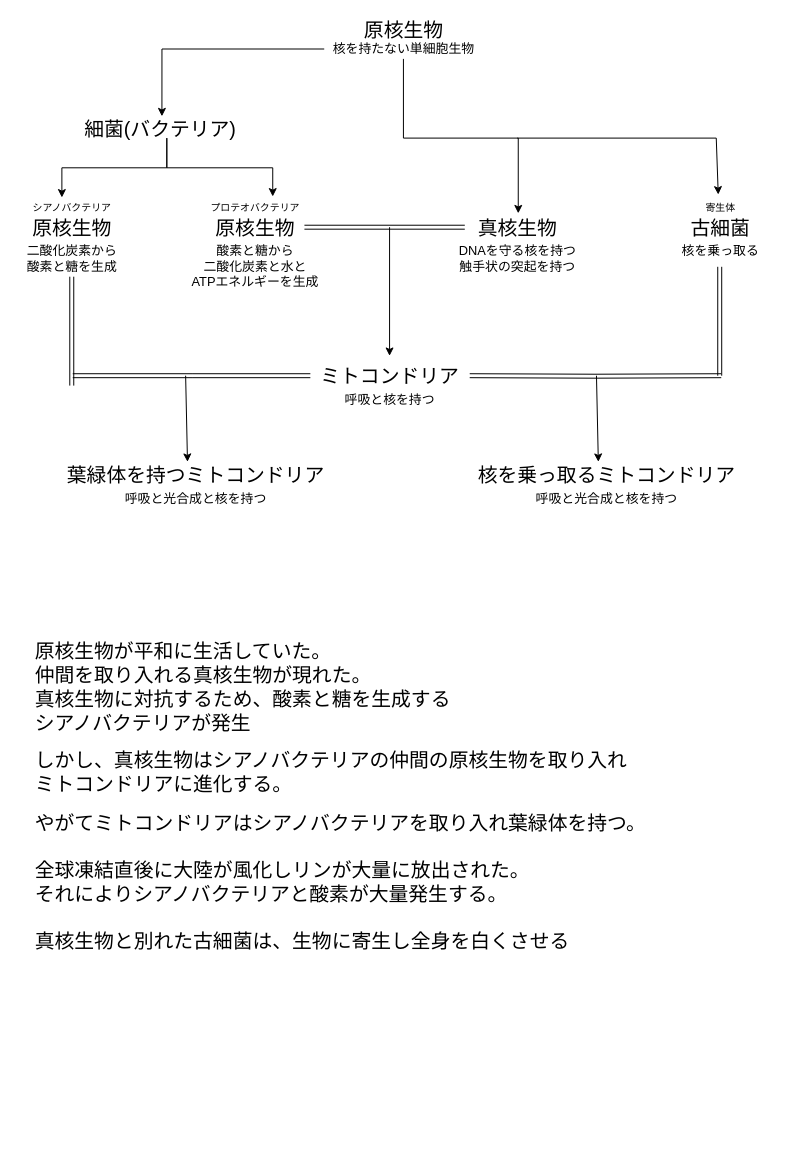
Earlier version of the draw.io diagram page "誕生" (1 of 3) of eater.drawio (idaks1325/eater_design). Source tidied: cells renumbered, new cells numbered last; positions are measured from the earlier drawing's top-left corner, leaving out a move shared by most shapes. Both pictures are drawn from the tidied source at 99%, with x=0, y=0 at pixel (17, 19).
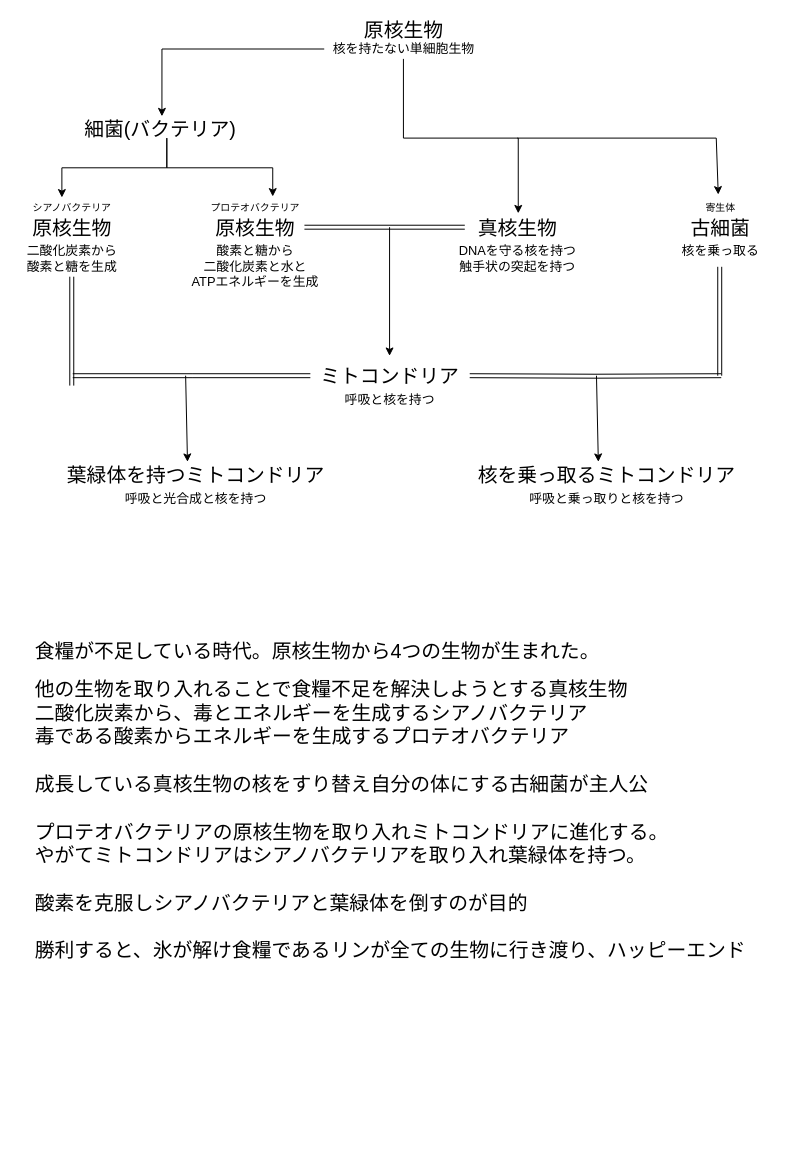
The same diagram, later.

Change to the diagram source:
```diff
@@
-    <mxCell id="19" value="&lt;span style=&quot;text-align: left ; text-indent: 0px ; display: inline ; float: none&quot;&gt;&lt;font face=&quot;arial&quot;&gt;&lt;span style=&quot;font-size: 20px&quot;&gt;原核生物が平和に生活していた。&lt;/span&gt;&lt;/font&gt;&lt;br&gt;&lt;font face=&quot;arial&quot;&gt;&lt;span style=&quot;font-size: 20px&quot;&gt;仲間を取り入れる真核生物が現れた。&lt;/span&gt;&lt;/font&gt;&lt;br&gt;&lt;font face=&quot;arial&quot;&gt;&lt;span style=&quot;font-size: 20px&quot;&gt;真核生物に対抗するため、酸素と糖を生成する&lt;/span&gt;&lt;/font&gt;&lt;br&gt;&lt;font face=&quot;arial&quot;&gt;&lt;span style=&quot;font-size: 20px&quot;&gt;シアノバクテリアが発生&lt;/span&gt;&lt;/font&gt;&lt;br&gt;&lt;br&gt;&lt;font face=&quot;arial&quot;&gt;&lt;span style=&quot;font-size: 20px&quot;&gt;しかし、真核生物はシアノバクテリアの仲間の原核生物を取り入れ&lt;br&gt;ミトコンドリアに進化する。&lt;/span&gt;&lt;/font&gt;&lt;br&gt;&lt;br&gt;&lt;font face=&quot;arial&quot;&gt;&lt;span style=&quot;font-size: 20px&quot;&gt;やがてミトコンドリアはシアノバクテリアを取り入れ葉緑体を持つ。&lt;br&gt;&lt;br&gt;&lt;/span&gt;&lt;/font&gt;&lt;font face=&quot;arial&quot;&gt;&lt;span style=&quot;font-size: 20px&quot;&gt;全球凍結直後に大陸が風化しリンが大量に放出された。&lt;br&gt;&lt;/span&gt;&lt;span style=&quot;font-size: 20px&quot;&gt;それによりシアノバクテリアと酸素が大量発生する。&lt;br&gt;&lt;br&gt;&lt;/span&gt;&lt;/font&gt;&lt;span style=&quot;font-family: &amp;#34;arial&amp;#34; ; font-size: 20px&quot;&gt;真核生物と別れた&lt;/span&gt;&lt;span style=&quot;font-family: &amp;#34;arial&amp;#34; ; font-size: 20px&quot;&gt;古細菌は、生物に&lt;/span&gt;&lt;span style=&quot;font-family: &amp;#34;arial&amp;#34; ; font-size: 20px&quot;&gt;寄生し全身を白くさせる&lt;/span&gt;&lt;br style=&quot;font-family: &amp;#34;arial&amp;#34; ; font-size: 20px&quot;&gt;&lt;br&gt;&lt;/span&gt;" style="text;whiteSpace=wrap;html=1;" parent="1" vertex="1">
-      <mxGeometry x="16" y="620" width="770" height="410" as="geometry" />
+    <mxCell id="19" value="&lt;span style=&quot;text-align: left ; text-indent: 0px ; display: inline ; float: none&quot;&gt;&lt;font face=&quot;arial&quot;&gt;&lt;span style=&quot;font-size: 20px&quot;&gt;食糧が不足している時代。原核生物から4つの生物が生まれた。&lt;br&gt;&lt;/span&gt;&lt;/font&gt;&lt;br&gt;&lt;font face=&quot;arial&quot;&gt;&lt;span style=&quot;font-size: 20px&quot;&gt;他の生物を取り入れることで食糧不足を解決しようとする真核生物&lt;br&gt;&lt;/span&gt;&lt;/font&gt;&lt;font face=&quot;arial&quot;&gt;&lt;span style=&quot;font-size: 20px&quot;&gt;二酸化炭素から、毒とエネルギーを生成する&lt;/span&gt;&lt;/font&gt;&lt;font face=&quot;arial&quot;&gt;&lt;span style=&quot;font-size: 20px&quot;&gt;シアノバクテリア&lt;br&gt;&lt;/span&gt;&lt;/font&gt;&lt;font face=&quot;arial&quot;&gt;&lt;span style=&quot;font-size: 20px&quot;&gt;毒である酸素からエネルギーを生成するプロテオバクテリア&lt;br&gt;&lt;br&gt;成長している真核生物の核をすり替え自分の体にする古細菌が主人公&lt;br&gt;&lt;br&gt;プロテオバクテリアの原核生物を取り入れミトコンドリアに進化する。&lt;br&gt;&lt;/span&gt;&lt;/font&gt;&lt;font face=&quot;arial&quot;&gt;&lt;span style=&quot;font-size: 20px&quot;&gt;やがてミトコンドリアはシアノバクテリアを取り入れ葉緑体を持つ。&lt;/span&gt;&lt;/font&gt;&lt;span style=&quot;font-family: &amp;#34;arial&amp;#34; ; font-size: 20px&quot;&gt;&lt;br&gt;&lt;/span&gt;&lt;span style=&quot;font-family: &amp;#34;arial&amp;#34; ; font-size: 20px&quot;&gt;&lt;br&gt;&lt;/span&gt;&lt;span style=&quot;font-family: &amp;#34;arial&amp;#34; ; font-size: 20px&quot;&gt;酸素を克服しシアノバクテリアと葉緑体を倒すのが目的&lt;br&gt;&lt;br&gt;&lt;/span&gt;&lt;span style=&quot;font-family: &amp;#34;arial&amp;#34; ; font-size: 20px&quot;&gt;勝利すると、氷が解け食糧であるリンが全ての生物に行き渡り、&lt;/span&gt;&lt;font face=&quot;arial&quot;&gt;&lt;span style=&quot;font-size: 20px&quot;&gt;ハッピーエンド&lt;/span&gt;&lt;/font&gt;&lt;br style=&quot;font-family: &amp;#34;arial&amp;#34; ; font-size: 20px&quot;&gt;&lt;br&gt;&lt;/span&gt;" style="text;whiteSpace=wrap;html=1;" parent="1" vertex="1">
+      <mxGeometry x="16" y="620" width="770" height="510" as="geometry" />
     </mxCell>
@@
-    <mxCell id="36" value="&lt;font face=&quot;arial&quot;&gt;&lt;span style=&quot;font-size: 13px&quot;&gt;呼吸と&lt;/span&gt;&lt;/font&gt;&lt;span style=&quot;font-family: &amp;#34;arial&amp;#34; ; font-size: 13px&quot;&gt;光合成と&lt;/span&gt;&lt;font face=&quot;arial&quot;&gt;&lt;span style=&quot;font-size: 13px&quot;&gt;核を持つ&lt;br&gt;&lt;/span&gt;&lt;/font&gt;" style="text;html=1;align=center;verticalAlign=top;" parent="1" vertex="1">
-      <mxGeometry x="515" y="470" width="160" height="20" as="geometry" />
+    <mxCell id="36" value="&lt;font face=&quot;arial&quot;&gt;&lt;span style=&quot;font-size: 13px&quot;&gt;呼吸&lt;/span&gt;&lt;/font&gt;&lt;span style=&quot;font-family: &amp;#34;arial&amp;#34; ; font-size: 13px&quot;&gt;と乗っ取りと&lt;/span&gt;&lt;font face=&quot;arial&quot;&gt;&lt;span style=&quot;font-size: 13px&quot;&gt;核を持つ&lt;br&gt;&lt;/span&gt;&lt;/font&gt;" style="text;html=1;align=center;verticalAlign=top;" parent="1" vertex="1">
+      <mxGeometry x="510" y="470" width="170" height="20" as="geometry" />
     </mxCell>
```
